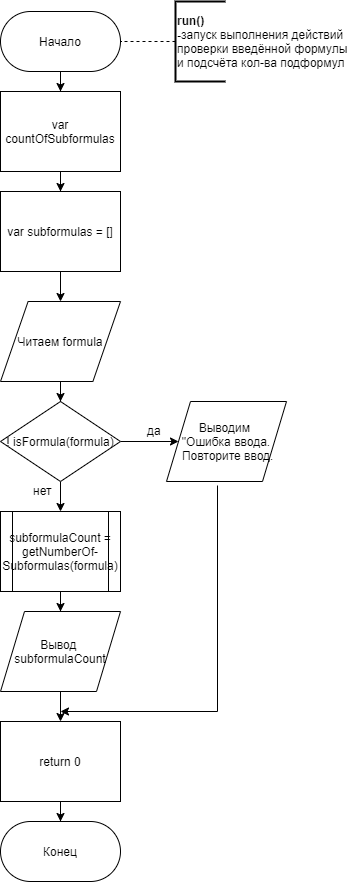
Before: LR1/report/run.PNG, a diagram exported from draw.io (Kuzzzya99/LOIS). Source tidied: cells renumbered, new cells last; positions are measured from the earlier drawing's top-left corner, leaving out a move shared by most shapes.
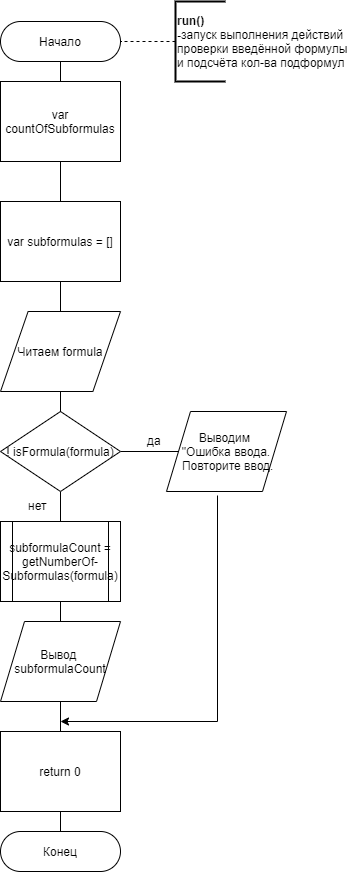
Later version of the same file.

Diff of the diagram source:
```diff
@@ -2,10 +2,10 @@
   <root>
     <mxCell id="0" />
     <mxCell id="1" parent="0" />
-    <mxCell id="2" style="edgeStyle=orthogonalEdgeStyle;rounded=0;jettySize=auto;html=1;endArrow=classic;endFill=1;strokeWidth=1;" parent="1" edge="1" source="4" target="18">
+    <mxCell id="2" style="edgeStyle=orthogonalEdgeStyle;rounded=0;jettySize=auto;html=1;endArrow=none;endFill=0;strokeWidth=1;" parent="1" edge="1" source="4" target="18">
       <mxGeometry relative="1" as="geometry" />
     </mxCell>
-    <mxCell id="3" style="edgeStyle=orthogonalEdgeStyle;rounded=0;jettySize=auto;html=1;" parent="1" edge="1" source="4" target="21">
+    <mxCell id="3" style="edgeStyle=orthogonalEdgeStyle;rounded=0;jettySize=auto;html=1;endArrow=none;endFill=0;" parent="1" edge="1" source="4" target="21">
       <mxGeometry relative="1" as="geometry" />
     </mxCell>
     <mxCell id="4" value="! isFormula(formula)" style="rhombus;whiteSpace=wrap;html=1;fillColor=#ffffff;" parent="1" vertex="1">
@@ -19,17 +19,17 @@
         </Array>
       </mxGeometry>
     </mxCell>
-    <mxCell id="6" style="edgeStyle=orthogonalEdgeStyle;rounded=0;jettySize=auto;html=1;entryX=0.5;entryY=0;entryDx=0;entryDy=0;endArrow=classic;endFill=1;strokeWidth=1;" parent="1" edge="1" source="7" target="22">
+    <mxCell id="6" style="edgeStyle=orthogonalEdgeStyle;rounded=0;jettySize=auto;html=1;entryX=0.5;entryY=0;entryDx=0;entryDy=0;endArrow=none;endFill=0;strokeWidth=1;" parent="1" edge="1" source="7" target="22">
       <mxGeometry relative="1" as="geometry" />
     </mxCell>
     <mxCell id="7" value="return 0" style="rounded=0;whiteSpace=wrap;html=1;fillColor=#ffffff;fontFamily=Helvetica;" parent="1" vertex="1">
       <mxGeometry y="720" width="120" height="80" as="geometry" />
     </mxCell>
-    <mxCell id="8" style="edgeStyle=orthogonalEdgeStyle;rounded=0;jettySize=auto;html=1;endArrow=classic;endFill=1;strokeWidth=1;" parent="1" edge="1" source="9" target="24">
+    <mxCell id="8" style="edgeStyle=orthogonalEdgeStyle;rounded=0;jettySize=auto;html=1;endArrow=none;endFill=0;strokeWidth=1;" parent="1" edge="1" source="9" target="24">
       <mxGeometry relative="1" as="geometry" />
     </mxCell>
     <mxCell id="9" value="Начало&lt;br&gt;" style="whiteSpace=wrap;html=1;rounded=1;arcSize=50;align=center;verticalAlign=middle;strokeWidth=1;spacing=4;" parent="1" vertex="1">
-      <mxGeometry y="10" width="120" height="60" as="geometry" />
+      <mxGeometry y="10" width="120" height="40" as="geometry" />
     </mxCell>
     <mxCell id="10" style="edgeStyle=orthogonalEdgeStyle;rounded=0;jettySize=auto;html=1;exitX=0;exitY=0.5;exitDx=0;exitDy=0;exitPerimeter=0;entryX=1;entryY=0.5;entryDx=0;entryDy=0;strokeColor=none;" parent="1" edge="1" source="12" target="9">
       <mxGeometry relative="1" as="geometry" />
@@ -38,9 +38,9 @@
       <mxGeometry relative="1" as="geometry" />
     </mxCell>
     <mxCell id="12" value="&lt;div style=&quot;text-align: left&quot;&gt;&lt;b&gt;run()&lt;/b&gt;&lt;/div&gt;&lt;b&gt;&lt;div style=&quot;text-align: left&quot;&gt;&lt;b&gt;-&lt;/b&gt;&lt;span style=&quot;font-weight: normal&quot;&gt;запуск выполнения действий&amp;nbsp;&lt;/span&gt;&lt;/div&gt;&lt;div style=&quot;text-align: left&quot;&gt;&lt;span style=&quot;font-weight: normal&quot;&gt;проверки введённой формулы&amp;nbsp;&lt;/span&gt;&lt;/div&gt;&lt;div style=&quot;text-align: left&quot;&gt;&lt;span style=&quot;font-weight: normal&quot;&gt;и подсчёта кол-ва подформул&lt;/span&gt;&lt;/div&gt;&lt;/b&gt;" style="strokeWidth=2;html=1;shape=mxgraph.flowchart.annotation_1;align=left;" parent="1" vertex="1">
-      <mxGeometry x="175" width="50" height="80" as="geometry" />
+      <mxGeometry x="175" y="-10" width="50" height="80" as="geometry" />
     </mxCell>
-    <mxCell id="13" style="edgeStyle=orthogonalEdgeStyle;rounded=0;jettySize=auto;html=1;endArrow=classic;endFill=1;" parent="1" edge="1" source="14" target="4">
+    <mxCell id="13" style="edgeStyle=orthogonalEdgeStyle;rounded=0;jettySize=auto;html=1;endArrow=none;endFill=0;" parent="1" edge="1" source="14" target="4">
       <mxGeometry relative="1" as="geometry" />
     </mxCell>
     <mxCell id="14" value="Читаем formula" style="verticalLabelPosition=middle;verticalAlign=middle;html=1;strokeWidth=1;shape=parallelogram;perimeter=parallelogramPerimeter;whiteSpace=wrap;rounded=0;arcSize=12;size=0.23;horizontal=1;labelPosition=center;align=center;" parent="1" vertex="1">
@@ -50,15 +50,15 @@
       <mxGeometry x="145" y="420" width="30" height="20" as="geometry" />
     </mxCell>
     <mxCell id="16" value="нет" style="text;html=1;align=left;verticalAlign=top;spacingTop=-4;" parent="1" vertex="1">
-      <mxGeometry x="31" y="480" width="30" height="20" as="geometry" />
+      <mxGeometry x="26" y="485" width="30" height="20" as="geometry" />
     </mxCell>
-    <mxCell id="17" style="edgeStyle=orthogonalEdgeStyle;rounded=0;jettySize=auto;html=1;endArrow=classic;endFill=1;strokeWidth=1;" parent="1" edge="1" source="18" target="20">
+    <mxCell id="17" style="edgeStyle=orthogonalEdgeStyle;rounded=0;jettySize=auto;html=1;endArrow=none;endFill=0;strokeWidth=1;" parent="1" edge="1" source="18" target="20">
       <mxGeometry relative="1" as="geometry" />
     </mxCell>
     <mxCell id="18" value="&lt;div style=&quot;text-align: center&quot;&gt;&lt;span&gt;subformulaCount = getNumberOf-&lt;br&gt;Subformulas(formula)&lt;/span&gt;&lt;/div&gt;" style="shape=process;whiteSpace=wrap;html=1;backgroundOutline=1;rounded=0;strokeWidth=1;" parent="1" vertex="1">
       <mxGeometry y="510" width="120" height="80" as="geometry" />
     </mxCell>
-    <mxCell id="19" style="edgeStyle=orthogonalEdgeStyle;rounded=0;jettySize=auto;html=1;" parent="1" edge="1" source="20" target="7">
+    <mxCell id="19" style="edgeStyle=orthogonalEdgeStyle;rounded=0;jettySize=auto;html=1;endArrow=none;endFill=0;" parent="1" edge="1" source="20" target="7">
       <mxGeometry relative="1" as="geometry" />
     </mxCell>
     <mxCell id="20" value="Вывод&amp;nbsp;&lt;br&gt;subformulaCount&lt;br&gt;" style="shape=parallelogram;perimeter=parallelogramPerimeter;whiteSpace=wrap;html=1;rounded=0;strokeWidth=1;" parent="1" vertex="1">
@@ -68,18 +68,18 @@
       <mxGeometry x="166" y="400" width="120" height="80" as="geometry" />
     </mxCell>
     <mxCell id="22" value="Конец" style="whiteSpace=wrap;html=1;rounded=1;arcSize=50;align=center;verticalAlign=middle;strokeWidth=1;spacing=4;" parent="1" vertex="1">
-      <mxGeometry y="820" width="120" height="60" as="geometry" />
+      <mxGeometry y="820" width="120" height="40" as="geometry" />
     </mxCell>
-    <mxCell id="23" style="edgeStyle=orthogonalEdgeStyle;rounded=0;jettySize=auto;html=1;entryX=0.5;entryY=0;entryDx=0;entryDy=0;endArrow=classic;endFill=1;strokeWidth=1;" parent="1" edge="1" source="24" target="25">
+    <mxCell id="23" style="edgeStyle=orthogonalEdgeStyle;rounded=0;jettySize=auto;html=1;entryX=0.5;entryY=0;entryDx=0;entryDy=0;endArrow=none;endFill=0;strokeWidth=1;" parent="1" edge="1" source="24" target="25">
       <mxGeometry relative="1" as="geometry" />
     </mxCell>
     <mxCell id="24" value="var countOfSubformulas" style="rounded=0;whiteSpace=wrap;html=1;strokeWidth=1;" parent="1" vertex="1">
-      <mxGeometry y="90" width="120" height="80" as="geometry" />
+      <mxGeometry y="70" width="120" height="80" as="geometry" />
     </mxCell>
     <mxCell id="25" value="&lt;div&gt;var subformulas = []&lt;/div&gt;" style="rounded=0;whiteSpace=wrap;html=1;strokeWidth=1;" parent="1" vertex="1">
       <mxGeometry y="190" width="120" height="80" as="geometry" />
     </mxCell>
-    <mxCell id="26" style="endArrow=classic;html=1;entryX=0.5;entryY=0;entryDx=0;entryDy=0;exitX=0.5;exitY=1;exitDx=0;exitDy=0;" parent="1" edge="1" source="25" target="14">
+    <mxCell id="26" style="endArrow=none;html=1;entryX=0.5;entryY=0;entryDx=0;entryDy=0;exitX=0.5;exitY=1;exitDx=0;exitDy=0;endFill=0;" parent="1" edge="1" source="25" target="14">
       <mxGeometry relative="1" as="geometry" />
     </mxCell>
   </root>
```
